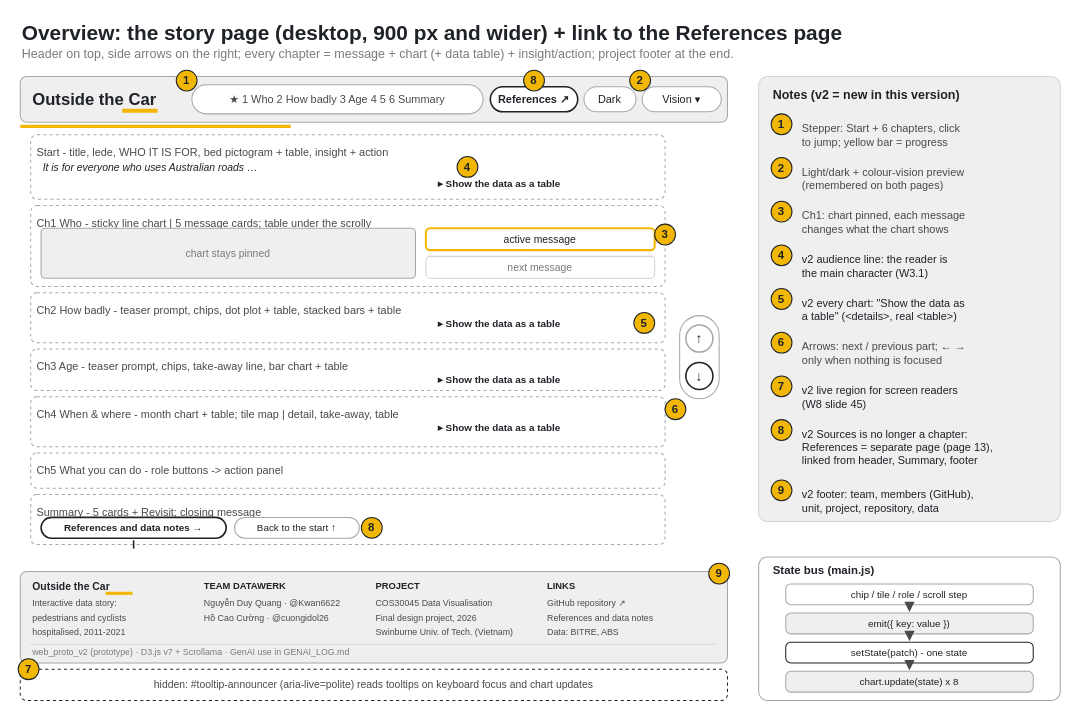
This is page "01 Overview - desktop" (1 of 14) of docs/wireframes/web_proto_v2/wireframes.drawio from Kwan6622/COS30045---Final-Project, a draw.io file, before an edit. Source tidied: cells renumbered, new cells numbered last; positions are measured from the earlier drawing's top-left corner, leaving out a move shared by most shapes. Both pictures are drawn from the tidied source at 104%, with x=0, y=0 at pixel (18, 18).
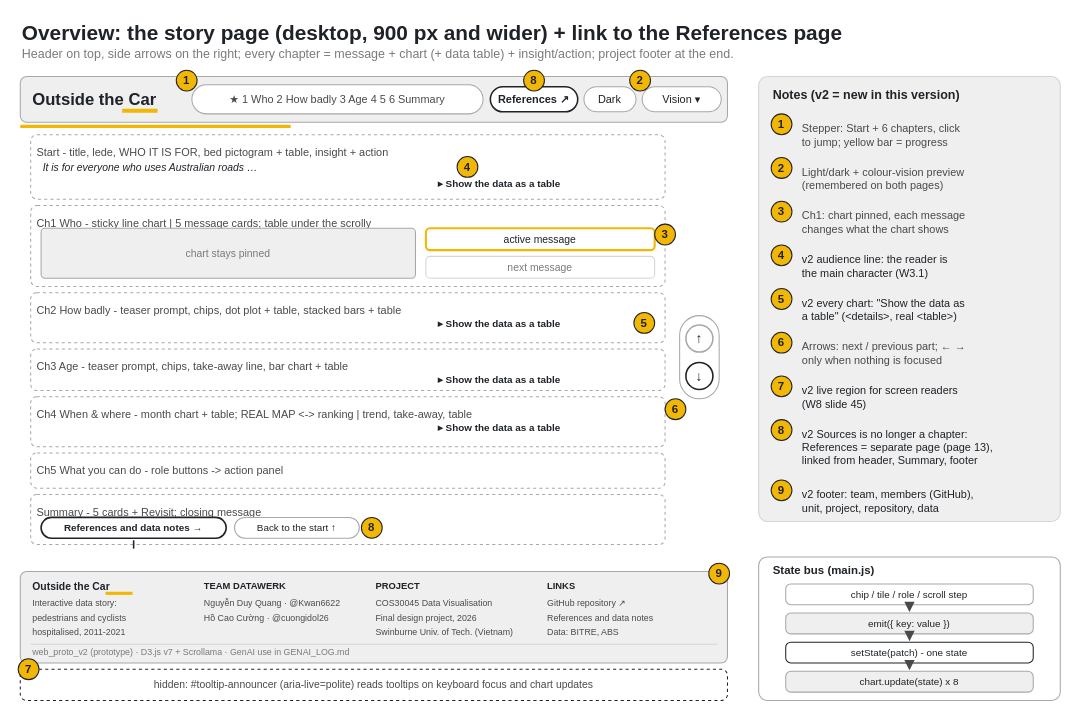
After the change.

Change to the diagram source:
```diff
@@
-    <mxCell id="22" value="Ch4 When &amp;amp; where - month chart + table; tile map | detail, take-away, table" style="rounded=1;arcSize=12;absoluteArcSize=0;whiteSpace=wrap;html=1;fillColor=#FFFFFF;strokeColor=#A8A8A8;strokeWidth=1;dashed=1;fontFamily=Helvetica;fontSize=10.5;fontColor=#4A4A4A;fontStyle=0;align=left;verticalAlign=top;spacing=6;" parent="1" vertex="1">
+    <mxCell id="22" value="Ch4 When &amp;amp; where - month chart + table; REAL MAP &amp;lt;-&amp;gt; ranking | trend, take-away, table" style="rounded=1;arcSize=12;absoluteArcSize=0;whiteSpace=wrap;html=1;fillColor=#FFFFFF;strokeColor=#A8A8A8;strokeWidth=1;dashed=1;fontFamily=Helvetica;fontSize=10.5;fontColor=#4A4A4A;fontStyle=0;align=left;verticalAlign=top;spacing=6;" parent="1" vertex="1">
       <mxGeometry x="12" y="364" width="610" height="48" as="geometry" />
     </mxCell>
```
